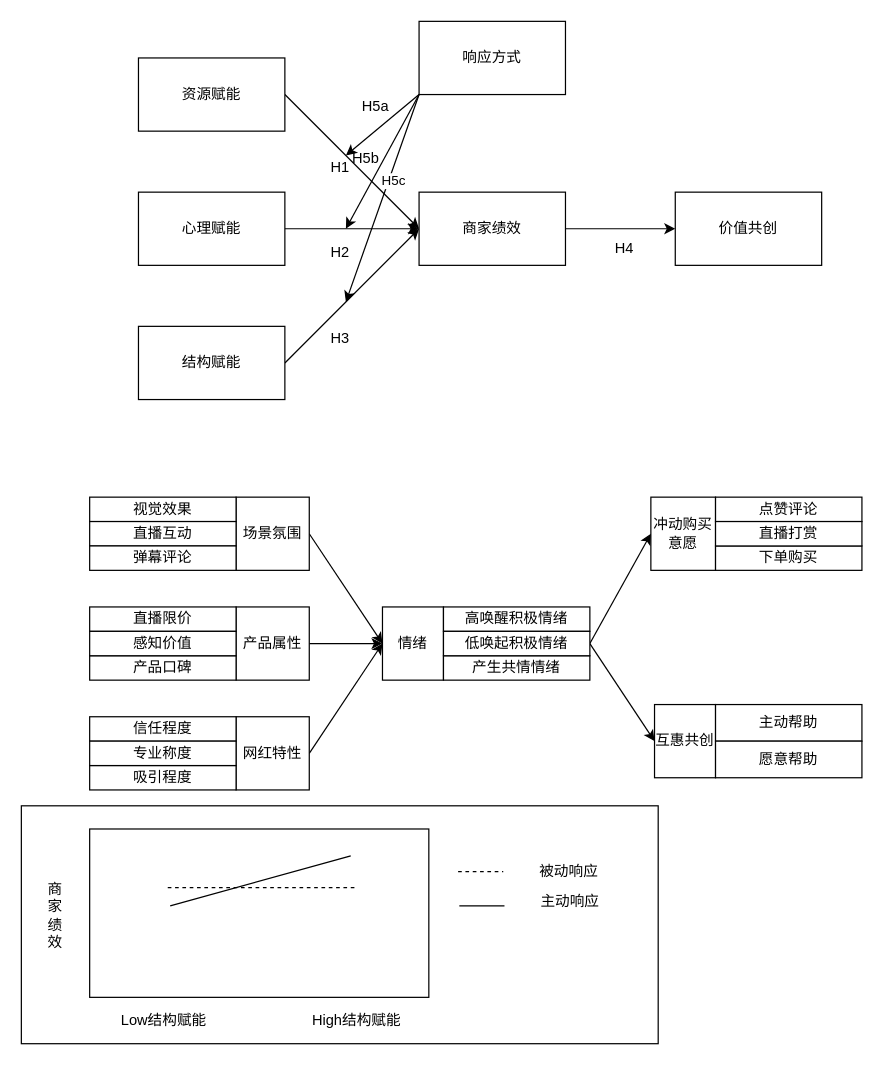
Before: Desktop/STUDY/design-strategy.drawio in YyUuZzHhEe/yuzhe, a draw.io diagram. Source tidied: cells renumbered, new cells numbered last; positions are measured from the earlier drawing's top-left corner, leaving out a move shared by most shapes. Both pictures are drawn from the tidied source at 122%, with x=0, y=0 at pixel (21, 21).
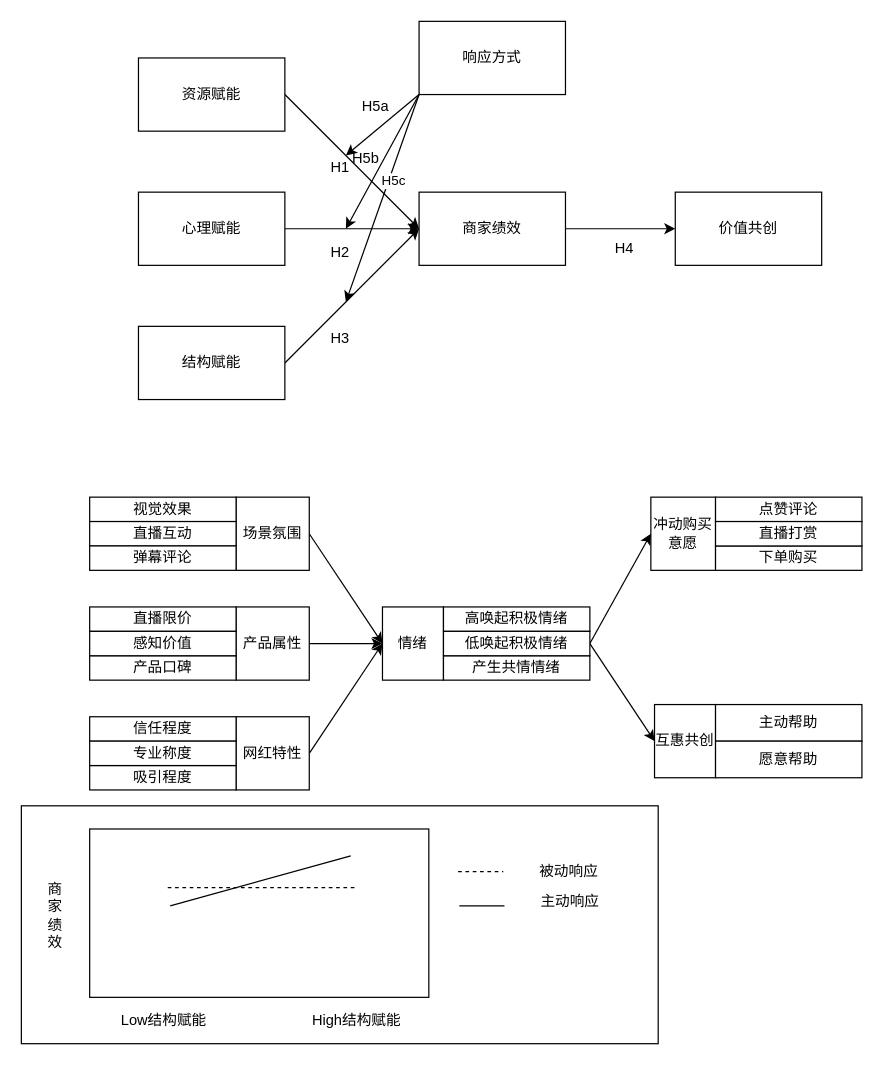
After the change.

What changed in the source:
```diff
@@
-    <mxCell id="34" value="高唤醒积极情绪" style="rounded=0;whiteSpace=wrap;html=1;" parent="1" vertex="1">
+    <mxCell id="34" value="高唤起积极情绪" style="rounded=0;whiteSpace=wrap;html=1;" parent="1" vertex="1">
       <mxGeometry x="346" y="480" width="120" height="20" as="geometry" />
     </mxCell>
```
